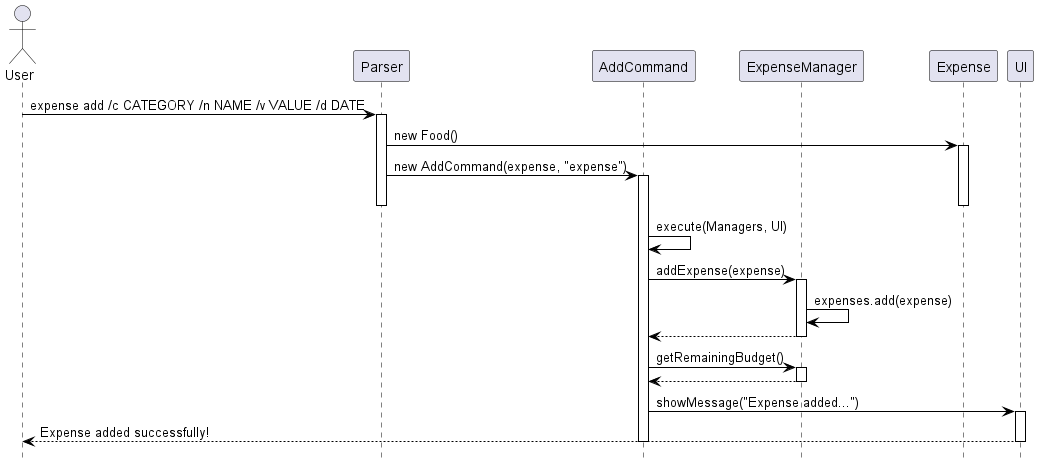
This is docs/Diagrams/AddExpenseSequenceDiagram.png from KanakornMek/tp, a PlantUML export, as it was before one commit. The source it was exported from:
```plantuml
@startuml Add Expense Sequence Diagram
skinparam sequence {
    ArrowColor Black
    ActorBorderColor Black
    ParticipantBorderColor Black
    LifeLineBorderColor Black
}
hide footbox

actor User
participant "Parser" as Parser
participant "AddCommand" as AddCmd
participant "ExpenseManager" as EM
participant "Expense" as Expense
participant "UI" as UI

User -> Parser: expense add /c CATEGORY /n NAME /v VALUE /d DATE
activate Parser

Parser -> Expense: new Food()
activate Expense
Parser -> AddCmd: new AddCommand(expense, "expense")
activate AddCmd
deactivate Expense
deactivate Parser

AddCmd -> AddCmd: execute(Managers, UI)
AddCmd -> EM: addExpense(expense)
activate EM

EM -> EM: expenses.add(expense)
EM --> AddCmd

deactivate EM

AddCmd -> EM: getRemainingBudget()
activate EM
EM --> AddCmd
deactivate EM

AddCmd -> UI: showMessage("Expense added...")
activate UI
UI --> User: Expense added successfully!
deactivate UI

deactivate AddCmd

@enduml
```
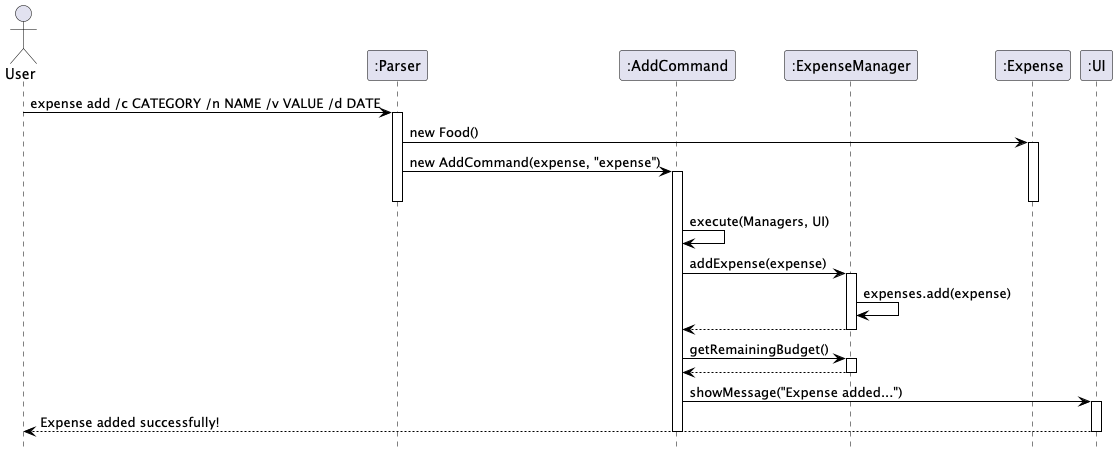
After the change.

Commit message:
include colon before class names for ExpenseManager Sequence Diagrams

Diff of the diagram source:
```diff
@@ -8,11 +8,11 @@
 hide footbox
 
 actor User
-participant "Parser" as Parser
-participant "AddCommand" as AddCmd
-participant "ExpenseManager" as EM
-participant "Expense" as Expense
-participant "UI" as UI
+participant ":Parser" as Parser
+participant ":AddCommand" as AddCmd
+participant ":ExpenseManager" as EM
+participant ":Expense" as Expense
+participant ":UI" as UI
 
 User -> Parser: expense add /c CATEGORY /n NAME /v VALUE /d DATE
 activate Parser
```
